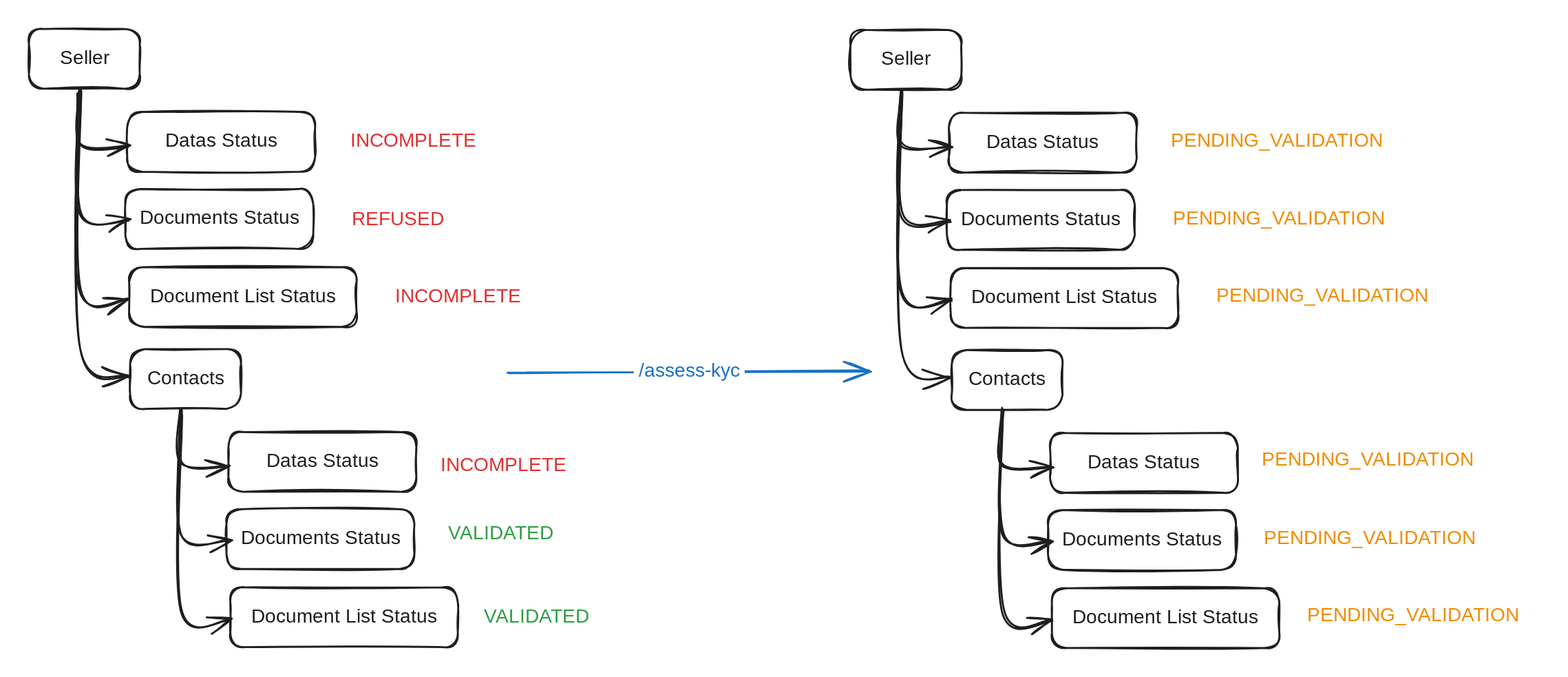
scalexpert/documentation keeps this Excalidraw diagram as .gitbook/assets/file.excalidraw (3).svg. Above is the earlier version. Source tidied: one line per element, renumbered; positions are measured from the earlier drawing's top-left corner, leaving out a move shared by most shapes. Its diagram source:
```json
{"id": 0, "type": "rectangle", "strokeColor": "#1e1e1e", "strokeWidth": 2, "roughness": 1, "round": true, "x": 1427, "y": 0, "width": 115, "height": 62}
{"id": 1, "type": "text", "text": "Seller", "strokeColor": "#1e1e1e", "strokeWidth": 2, "roughness": 1, "fontSize": 20, "fontFamily": 1, "textAlign": "center", "verticalAlign": "middle", "inside": 0, "x": 1458, "y": 18, "width": 53, "height": 25}
{"id": 2, "type": "rectangle", "strokeColor": "#1e1e1e", "strokeWidth": 2, "roughness": 1, "round": true, "x": 2280, "y": 1, "width": 115, "height": 62}
{"id": 3, "type": "text", "text": "Seller", "strokeColor": "#1e1e1e", "strokeWidth": 2, "roughness": 1, "fontSize": 20, "fontFamily": 1, "textAlign": "center", "verticalAlign": "middle", "inside": 2, "x": 2311, "y": 19, "width": 53, "height": 25}
{"id": 4, "type": "rectangle", "strokeColor": "#1e1e1e", "strokeWidth": 2, "roughness": 1, "round": true, "x": 1532, "y": 332, "width": 115, "height": 62}
{"id": 5, "type": "text", "text": "Contacts", "strokeColor": "#1e1e1e", "strokeWidth": 2, "roughness": 1, "fontSize": 20, "fontFamily": 1, "textAlign": "center", "verticalAlign": "middle", "inside": 4, "x": 1545, "y": 350, "width": 90, "height": 25}
{"id": 6, "type": "rectangle", "strokeColor": "#1e1e1e", "strokeWidth": 2, "roughness": 1, "round": true, "x": 2385, "y": 333, "width": 115, "height": 62}
{"id": 7, "type": "text", "text": "Contacts", "strokeColor": "#1e1e1e", "strokeWidth": 2, "roughness": 1, "fontSize": 20, "fontFamily": 1, "textAlign": "center", "verticalAlign": "middle", "inside": 6, "x": 2397, "y": 351, "width": 90, "height": 25}
{"id": 8, "type": "rectangle", "strokeColor": "#1e1e1e", "strokeWidth": 2, "roughness": 1, "round": true, "x": 1529, "y": 86, "width": 195, "height": 62}
{"id": 9, "type": "text", "text": "Datas Status", "strokeColor": "#1e1e1e", "strokeWidth": 2, "roughness": 1, "fontSize": 20, "fontFamily": 1, "textAlign": "center", "verticalAlign": "middle", "inside": 8, "x": 1554, "y": 104, "width": 145, "height": 25}
{"id": 10, "type": "rectangle", "strokeColor": "#1e1e1e", "strokeWidth": 2, "roughness": 1, "round": true, "x": 2382, "y": 87, "width": 195, "height": 62}
{"id": 11, "type": "text", "text": "Datas Status", "strokeColor": "#1e1e1e", "strokeWidth": 2, "roughness": 1, "fontSize": 20, "fontFamily": 1, "textAlign": "center", "verticalAlign": "middle", "inside": 10, "x": 2407, "y": 105, "width": 145, "height": 25}
{"id": 12, "type": "rectangle", "strokeColor": "#1e1e1e", "strokeWidth": 2, "roughness": 1, "round": true, "x": 1634, "y": 418, "width": 195, "height": 62}
{"id": 13, "type": "text", "text": "Datas Status", "strokeColor": "#1e1e1e", "strokeWidth": 2, "roughness": 1, "fontSize": 20, "fontFamily": 1, "textAlign": "center", "verticalAlign": "middle", "inside": 12, "x": 1659, "y": 436, "width": 145, "height": 25}
{"id": 14, "type": "rectangle", "strokeColor": "#1e1e1e", "strokeWidth": 2, "roughness": 1, "round": true, "x": 2487, "y": 419, "width": 195, "height": 62}
{"id": 15, "type": "text", "text": "Datas Status", "strokeColor": "#1e1e1e", "strokeWidth": 2, "roughness": 1, "fontSize": 20, "fontFamily": 1, "textAlign": "center", "verticalAlign": "middle", "inside": 14, "x": 2512, "y": 437, "width": 145, "height": 25}
{"id": 16, "type": "rectangle", "strokeColor": "#1e1e1e", "strokeWidth": 2, "roughness": 1, "round": true, "x": 1527, "y": 166, "width": 195, "height": 62}
{"id": 17, "type": "text", "text": "Documents Status", "strokeColor": "#1e1e1e", "strokeWidth": 2, "roughness": 1, "fontSize": 20, "fontFamily": 1, "textAlign": "center", "verticalAlign": "middle", "inside": 16, "x": 1533, "y": 184, "width": 183, "height": 25}
{"id": 18, "type": "rectangle", "strokeColor": "#1e1e1e", "strokeWidth": 2, "roughness": 1, "round": true, "x": 2380, "y": 167, "width": 195, "height": 62}
{"id": 19, "type": "text", "text": "Documents Status", "strokeColor": "#1e1e1e", "strokeWidth": 2, "roughness": 1, "fontSize": 20, "fontFamily": 1, "textAlign": "center", "verticalAlign": "middle", "inside": 18, "x": 2386, "y": 185, "width": 183, "height": 25}
{"id": 20, "type": "rectangle", "strokeColor": "#1e1e1e", "strokeWidth": 2, "roughness": 1, "round": true, "x": 1632, "y": 498, "width": 195, "height": 62}
{"id": 21, "type": "text", "text": "Documents Status", "strokeColor": "#1e1e1e", "strokeWidth": 2, "roughness": 1, "fontSize": 20, "fontFamily": 1, "textAlign": "center", "verticalAlign": "middle", "inside": 20, "x": 1638, "y": 516, "width": 183, "height": 25}
{"id": 22, "type": "rectangle", "strokeColor": "#1e1e1e", "strokeWidth": 2, "roughness": 1, "round": true, "x": 2485, "y": 499, "width": 195, "height": 62}
{"id": 23, "type": "text", "text": "Documents Status", "strokeColor": "#1e1e1e", "strokeWidth": 2, "roughness": 1, "fontSize": 20, "fontFamily": 1, "textAlign": "center", "verticalAlign": "middle", "inside": 22, "x": 2491, "y": 517, "width": 183, "height": 25}
{"id": 24, "type": "rectangle", "strokeColor": "#1e1e1e", "strokeWidth": 2, "roughness": 1, "round": true, "x": 1531, "y": 247, "width": 236, "height": 62}
{"id": 25, "type": "text", "text": "Document List Status", "strokeColor": "#1e1e1e", "strokeWidth": 2, "roughness": 1, "fontSize": 20, "fontFamily": 1, "textAlign": "center", "verticalAlign": "middle", "inside": 24, "x": 1539, "y": 266, "width": 221, "height": 25}
{"id": 26, "type": "rectangle", "strokeColor": "#1e1e1e", "strokeWidth": 2, "roughness": 1, "round": true, "x": 2384, "y": 248, "width": 236, "height": 62}
{"id": 27, "type": "text", "text": "Document List Status", "strokeColor": "#1e1e1e", "strokeWidth": 2, "roughness": 1, "fontSize": 20, "fontFamily": 1, "textAlign": "center", "verticalAlign": "middle", "inside": 26, "x": 2391, "y": 266, "width": 221, "height": 25}
{"id": 28, "type": "rectangle", "strokeColor": "#1e1e1e", "strokeWidth": 2, "roughness": 1, "round": true, "x": 1636, "y": 579, "width": 236, "height": 62}
{"id": 29, "type": "text", "text": "Document List Status", "strokeColor": "#1e1e1e", "strokeWidth": 2, "roughness": 1, "fontSize": 20, "fontFamily": 1, "textAlign": "center", "verticalAlign": "middle", "inside": 28, "x": 1644, "y": 598, "width": 221, "height": 25}
{"id": 30, "type": "rectangle", "strokeColor": "#1e1e1e", "strokeWidth": 2, "roughness": 1, "round": true, "x": 2489, "y": 580, "width": 236, "height": 62}
{"id": 31, "type": "text", "text": "Document List Status", "strokeColor": "#1e1e1e", "strokeWidth": 2, "roughness": 1, "fontSize": 20, "fontFamily": 1, "textAlign": "center", "verticalAlign": "middle", "inside": 30, "x": 2496, "y": 598, "width": 221, "height": 25}
{"id": 32, "type": "arrow", "strokeColor": "#1e1e1e", "strokeWidth": 2, "roughness": 1, "endArrowhead": "arrow", "round": true, "x": 1480, "y": 61, "width": 51, "height": 61, "points": [[0, 0], [0, 58], [51, 61]]}
{"id": 33, "type": "arrow", "strokeColor": "#1e1e1e", "strokeWidth": 2, "roughness": 1, "endArrowhead": "arrow", "round": true, "x": 2333, "y": 62, "width": 51, "height": 61, "points": [[0, 0], [0, 58], [51, 61]]}
{"id": 34, "type": "arrow", "strokeColor": "#1e1e1e", "strokeWidth": 2, "roughness": 1, "endArrowhead": "arrow", "round": true, "x": 1585, "y": 393, "width": 51, "height": 61, "points": [[0, 0], [0, 58], [51, 61]]}
{"id": 35, "type": "arrow", "strokeColor": "#1e1e1e", "strokeWidth": 2, "roughness": 1, "endArrowhead": "arrow", "round": true, "x": 2438, "y": 394, "width": 51, "height": 61, "points": [[0, 0], [0, 58], [51, 61]]}
{"id": 36, "type": "arrow", "strokeColor": "#1e1e1e", "strokeWidth": 2, "roughness": 1, "endArrowhead": "arrow", "round": true, "from": 0, "x": 1480, "y": 63, "width": 51, "height": 135, "points": [[0, 0], [0, 129], [51, 135]]}
{"id": 37, "type": "arrow", "strokeColor": "#1e1e1e", "strokeWidth": 2, "roughness": 1, "endArrowhead": "arrow", "round": true, "from": 2, "x": 2333, "y": 64, "width": 51, "height": 135, "points": [[0, 0], [0, 129], [51, 135]]}
{"id": 38, "type": "arrow", "strokeColor": "#1e1e1e", "strokeWidth": 2, "roughness": 1, "endArrowhead": "arrow", "round": true, "from": 4, "x": 1585, "y": 395, "width": 51, "height": 135, "points": [[0, 0], [0, 129], [51, 135]]}
{"id": 39, "type": "arrow", "strokeColor": "#1e1e1e", "strokeWidth": 2, "roughness": 1, "endArrowhead": "arrow", "round": true, "from": 6, "x": 2438, "y": 396, "width": 51, "height": 135, "points": [[0, 0], [0, 129], [51, 135]]}
{"id": 40, "type": "arrow", "strokeColor": "#1e1e1e", "strokeWidth": 2, "roughness": 1, "endArrowhead": "arrow", "round": true, "from": 0, "to": 24, "x": 1480, "y": 67, "width": 51, "height": 213, "points": [[0, 0], [0, 203], [51, 213]]}
{"id": 41, "type": "arrow", "strokeColor": "#1e1e1e", "strokeWidth": 2, "roughness": 1, "endArrowhead": "arrow", "round": true, "from": 2, "to": 26, "x": 2333, "y": 68, "width": 51, "height": 213, "points": [[0, 0], [0, 203], [51, 213]]}
{"id": 42, "type": "arrow", "strokeColor": "#1e1e1e", "strokeWidth": 2, "roughness": 1, "endArrowhead": "arrow", "round": true, "from": 0, "to": 4, "x": 1479, "y": 65, "width": 51, "height": 295, "points": [[0, 0], [0, 266], [51, 295]]}
{"id": 43, "type": "arrow", "strokeColor": "#1e1e1e", "strokeWidth": 2, "roughness": 1, "endArrowhead": "arrow", "round": true, "from": 2, "to": 6, "x": 2332, "y": 66, "width": 51, "height": 295, "points": [[0, 0], [0, 266], [51, 295]]}
{"id": 44, "type": "arrow", "strokeColor": "#1e1e1e", "strokeWidth": 2, "roughness": 1, "endArrowhead": "arrow", "round": true, "from": 4, "to": 28, "x": 1585, "y": 399, "width": 51, "height": 213, "points": [[0, 0], [0, 203], [51, 213]]}
{"id": 45, "type": "arrow", "strokeColor": "#1e1e1e", "strokeWidth": 2, "roughness": 1, "endArrowhead": "arrow", "round": true, "from": 6, "to": 30, "x": 2438, "y": 400, "width": 51, "height": 213, "points": [[0, 0], [0, 203], [51, 213]]}
{"id": 46, "type": "text", "text": "INCOMPLETE", "strokeColor": "#e03131", "strokeWidth": 2, "roughness": 1, "fontSize": 20, "fontFamily": 1, "x": 1761, "y": 104, "width": 135, "height": 25}
{"id": 47, "type": "text", "text": "INCOMPLETE", "strokeColor": "#e03131", "strokeWidth": 2, "roughness": 1, "fontSize": 20, "fontFamily": 1, "x": 1855, "y": 441, "width": 135, "height": 25}
{"id": 48, "type": "text", "text": "PENDING_VALIDATION", "strokeColor": "#f08c00", "strokeWidth": 2, "roughness": 1, "fontSize": 20, "fontFamily": 1, "x": 2612, "y": 104, "width": 241, "height": 25}
{"id": 49, "type": "text", "text": "PENDING_VALIDATION", "strokeColor": "#f08c00", "strokeWidth": 2, "roughness": 1, "fontSize": 20, "fontFamily": 1, "x": 2707, "y": 435, "width": 241, "height": 25}
{"id": 50, "type": "text", "text": "INCOMPLETE", "strokeColor": "#e03131", "strokeWidth": 2, "roughness": 1, "fontSize": 20, "fontFamily": 1, "x": 1808, "y": 265, "width": 135, "height": 25}
{"id": 51, "type": "text", "text": "VALIDATED", "strokeColor": "#2f9e44", "strokeWidth": 2, "roughness": 1, "fontSize": 20, "fontFamily": 1, "x": 1862, "y": 511, "width": 120, "height": 25}
{"id": 52, "type": "text", "text": "VALIDATED", "strokeColor": "#2f9e44", "strokeWidth": 2, "roughness": 1, "fontSize": 20, "fontFamily": 1, "x": 1899, "y": 598, "width": 120, "height": 25}
{"id": 53, "type": "text", "text": "PENDING_VALIDATION", "strokeColor": "#f08c00", "strokeWidth": 2, "roughness": 1, "fontSize": 20, "fontFamily": 1, "x": 2659, "y": 265, "width": 241, "height": 25}
{"id": 54, "type": "text", "text": "PENDING_VALIDATION", "strokeColor": "#f08c00", "strokeWidth": 2, "roughness": 1, "fontSize": 20, "fontFamily": 1, "x": 2754, "y": 596, "width": 241, "height": 25}
{"id": 55, "type": "text", "text": "REFUSED", "strokeColor": "#e03131", "strokeWidth": 2, "roughness": 1, "fontSize": 20, "fontFamily": 1, "x": 1763, "y": 185, "width": 94, "height": 25}
{"id": 56, "type": "text", "text": "PENDING_VALIDATION", "strokeColor": "#f08c00", "strokeWidth": 2, "roughness": 1, "fontSize": 20, "fontFamily": 1, "x": 2614, "y": 185, "width": 241, "height": 25}
{"id": 57, "type": "text", "text": "PENDING_VALIDATION", "strokeColor": "#f08c00", "strokeWidth": 2, "roughness": 1, "fontSize": 20, "fontFamily": 1, "x": 2709, "y": 516, "width": 241, "height": 25}
{"id": 58, "type": "arrow", "strokeColor": "#1971c2", "strokeWidth": 2, "roughness": 1, "endArrowhead": "arrow", "round": true, "x": 1925, "y": 356, "width": 375, "height": 2, "points": [[0, 0], [375, -2]]}
{"id": 59, "type": "text", "text": "/assess-kyc", "strokeColor": "#1971c2", "strokeWidth": 2, "roughness": 1, "fontSize": 20, "fontFamily": 1, "textAlign": "center", "verticalAlign": "middle", "inside": 58, "x": 0, "y": 319, "width": 115, "height": 25}
```
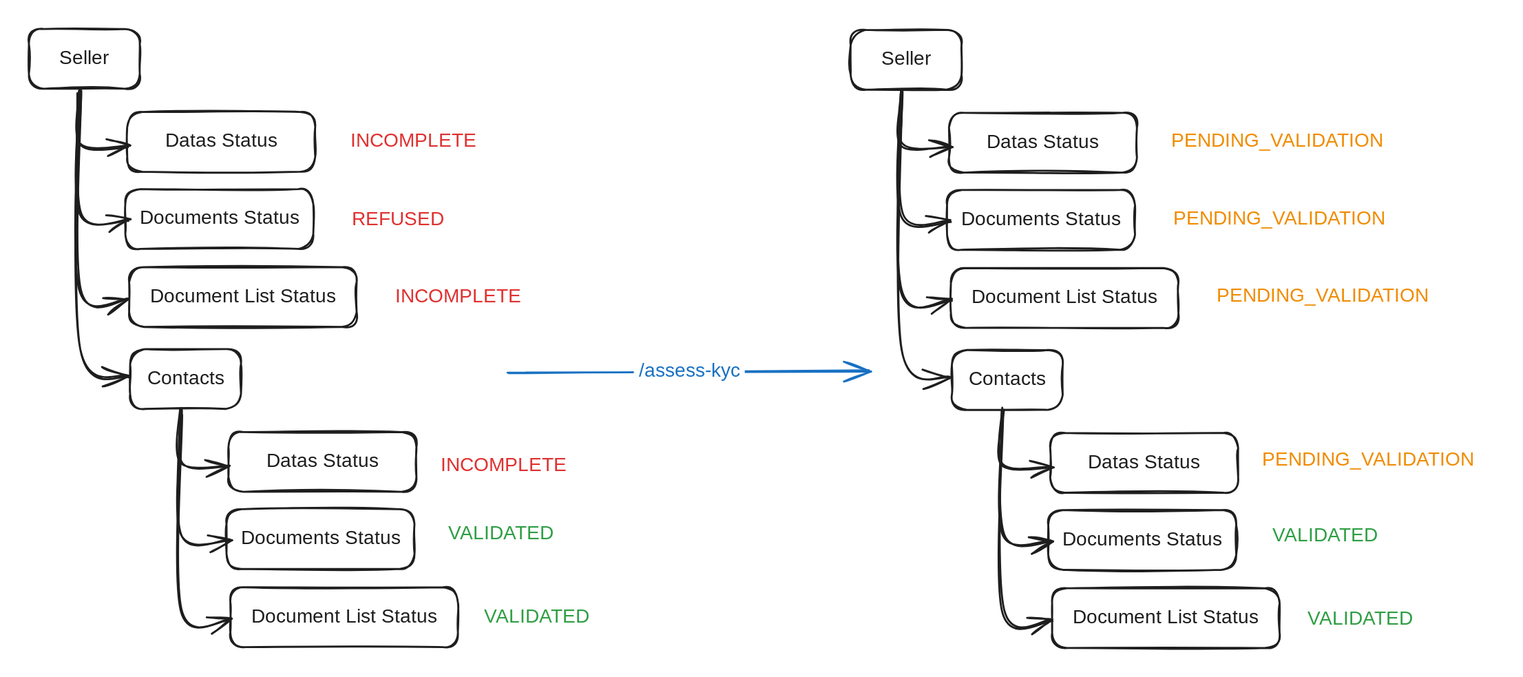
After the change.

Commit message:
GITBOOK-758: remy.de-gayardon-de-fenoyl-ext's Feb 28 changes

Diff of the diagram source:
```diff
@@ -50,11 +50,11 @@
 {"id": 49, "type": "text", "text": "PENDING_VALIDATION", "strokeColor": "#f08c00", "strokeWidth": 2, "roughness": 1, "fontSize": 20, "fontFamily": 1, "x": 2707, "y": 435, "width": 241, "height": 25}
 {"id": 50, "type": "text", "text": "INCOMPLETE", "strokeColor": "#e03131", "strokeWidth": 2, "roughness": 1, "fontSize": 20, "fontFamily": 1, "x": 1808, "y": 265, "width": 135, "height": 25}
 {"id": 51, "type": "text", "text": "VALIDATED", "strokeColor": "#2f9e44", "strokeWidth": 2, "roughness": 1, "fontSize": 20, "fontFamily": 1, "x": 1862, "y": 511, "width": 120, "height": 25}
+{"id": 60, "type": "text", "text": "VALIDATED", "strokeColor": "#2f9e44", "strokeWidth": 2, "roughness": 1, "fontSize": 20, "fontFamily": 1, "x": 2717, "y": 513, "width": 120, "height": 25}
 {"id": 52, "type": "text", "text": "VALIDATED", "strokeColor": "#2f9e44", "strokeWidth": 2, "roughness": 1, "fontSize": 20, "fontFamily": 1, "x": 1899, "y": 598, "width": 120, "height": 25}
+{"id": 61, "type": "text", "text": "VALIDATED", "strokeColor": "#2f9e44", "strokeWidth": 2, "roughness": 1, "fontSize": 20, "fontFamily": 1, "x": 2754, "y": 600, "width": 120, "height": 25}
 {"id": 53, "type": "text", "text": "PENDING_VALIDATION", "strokeColor": "#f08c00", "strokeWidth": 2, "roughness": 1, "fontSize": 20, "fontFamily": 1, "x": 2659, "y": 265, "width": 241, "height": 25}
-{"id": 54, "type": "text", "text": "PENDING_VALIDATION", "strokeColor": "#f08c00", "strokeWidth": 2, "roughness": 1, "fontSize": 20, "fontFamily": 1, "x": 2754, "y": 596, "width": 241, "height": 25}
 {"id": 55, "type": "text", "text": "REFUSED", "strokeColor": "#e03131", "strokeWidth": 2, "roughness": 1, "fontSize": 20, "fontFamily": 1, "x": 1763, "y": 185, "width": 94, "height": 25}
 {"id": 56, "type": "text", "text": "PENDING_VALIDATION", "strokeColor": "#f08c00", "strokeWidth": 2, "roughness": 1, "fontSize": 20, "fontFamily": 1, "x": 2614, "y": 185, "width": 241, "height": 25}
-{"id": 57, "type": "text", "text": "PENDING_VALIDATION", "strokeColor": "#f08c00", "strokeWidth": 2, "roughness": 1, "fontSize": 20, "fontFamily": 1, "x": 2709, "y": 516, "width": 241, "height": 25}
 {"id": 58, "type": "arrow", "strokeColor": "#1971c2", "strokeWidth": 2, "roughness": 1, "endArrowhead": "arrow", "round": true, "x": 1925, "y": 356, "width": 375, "height": 2, "points": [[0, 0], [375, -2]]}
 {"id": 59, "type": "text", "text": "/assess-kyc", "strokeColor": "#1971c2", "strokeWidth": 2, "roughness": 1, "fontSize": 20, "fontFamily": 1, "textAlign": "center", "verticalAlign": "middle", "inside": 58, "x": 0, "y": 319, "width": 115, "height": 25}
```
